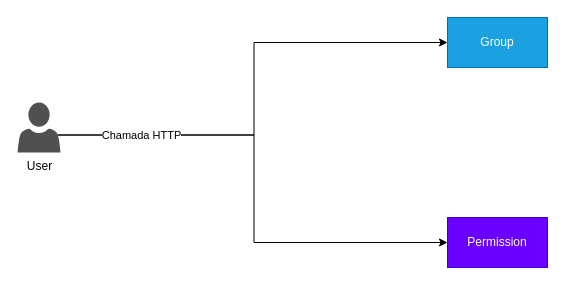
Above: page "AuthService" (2 of 35) of Architecture.drawio in AlanEdward19/ShapeUp (draw.io), before the change. Source tidied: cells renumbered, new cells numbered last; positions are measured from the earlier drawing's top-left corner, leaving out a move shared by most shapes. Both pictures are drawn from the tidied source at 100%, with x=0, y=0 at pixel (17, 17).
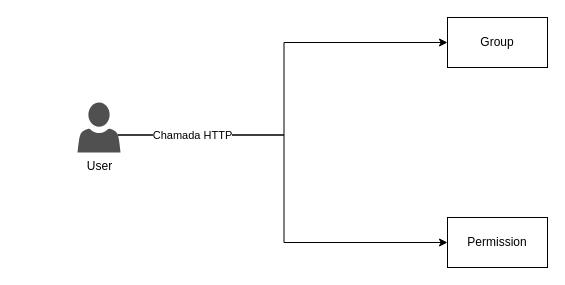
Above is the later version.

The edit, as a diff of the source:
```diff
@@
 <mxGraphModel>
   <root>
     <mxCell id="0" />
     <mxCell id="1" parent="0" />
     <mxCell id="2" style="edgeStyle=orthogonalEdgeStyle;rounded=0;jettySize=auto;html=1;exitX=0.94;exitY=0.65;exitDx=0;exitDy=0;exitPerimeter=0;entryX=0;entryY=0.5;entryDx=0;entryDy=0;" parent="1" edge="1" source="5" target="7">
       <mxGeometry relative="1" as="geometry" />
     </mxCell>
     <mxCell id="3" style="edgeStyle=orthogonalEdgeStyle;rounded=0;jettySize=auto;html=1;exitX=0.94;exitY=0.65;exitDx=0;exitDy=0;exitPerimeter=0;entryX=0;entryY=0.5;entryDx=0;entryDy=0;" parent="1" edge="1" source="5" target="6">
       <mxGeometry relative="1" as="geometry" />
     </mxCell>
     <mxCell id="4" value="Chamada HTTP" style="edgeLabel;html=1;align=center;verticalAlign=middle;" parent="3" vertex="1">
       <mxGeometry x="-0.68" y="-2" relative="1" as="geometry">
         <mxPoint x="6" y="-2" as="offset" />
       </mxGeometry>
     </mxCell>
     <mxCell id="5" value="User" style="sketch=0;shadow=0;dashed=0;html=1;strokeColor=none;labelPosition=center;verticalLabelPosition=bottom;verticalAlign=top;align=center;fillColor=#505050;shape=mxgraph.mscae.intune.account_portal;" parent="1" vertex="1">
-      <mxGeometry y="85" width="43" height="50" as="geometry" />
+      <mxGeometry x="60" y="85" width="43" height="50" as="geometry" />
     </mxCell>
-    <mxCell id="6" value="Group" style="whiteSpace=wrap;html=1;fillColor=#1ba1e2;strokeColor=#006EAF;fontColor=#ffffff;" parent="1" vertex="1">
+    <mxCell id="6" value="Group" style="whiteSpace=wrap;html=1;" parent="1" vertex="1">
       <mxGeometry x="430" width="100" height="50" as="geometry" />
     </mxCell>
-    <mxCell id="7" value="Permission" style="whiteSpace=wrap;html=1;fillColor=#6a00ff;strokeColor=#3700CC;fontColor=#ffffff;" parent="1" vertex="1">
+    <mxCell id="7" value="Permission" style="whiteSpace=wrap;html=1;" parent="1" vertex="1">
       <mxGeometry x="430" y="200" width="100" height="50" as="geometry" />
     </mxCell>
   </root>
 </mxGraphModel>
```
